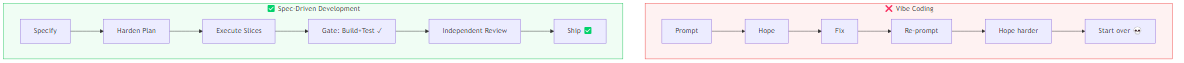
Earlier version of the Mermaid export docs/blog/assets/linkedin/01-vibe-vs-spec.png (srnichols/plan-forge). Its source is kept beside it as docs/blog/assets/linkedin/01-vibe-vs-spec.mmd.
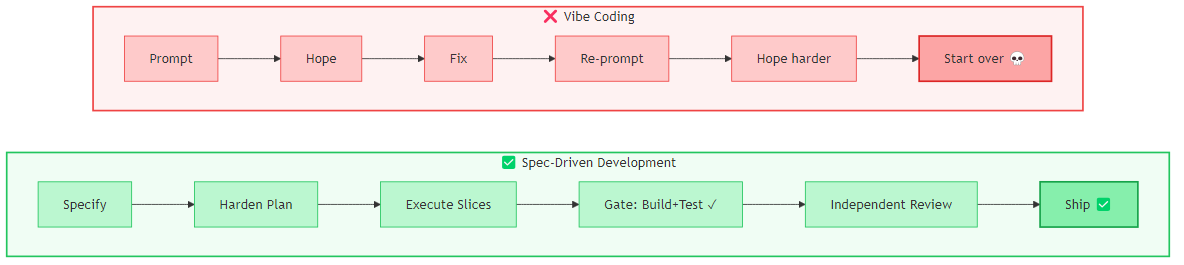
After the change.

Commit message:
fix(docs): improve vibe-vs-spec diagram readability with stacked layout

The edit, as a diff of the source:
```diff
@@ -1,5 +1,6 @@
 graph TD
     subgraph VIBE["❌ Vibe Coding"]
+        direction LR
         V1["Prompt"] --> V2["Hope"]
         V2 --> V3["Fix"]
         V3 --> V4["Re-prompt"]
@@ -8,6 +9,7 @@
     end
 
     subgraph SPEC["✅ Spec-Driven Development"]
+        direction LR
         S1["Specify"] --> S2["Harden Plan"]
         S2 --> S3["Execute Slices"]
         S3 --> S4["Gate: Build+Test ✓"]
@@ -15,5 +17,19 @@
         S5 --> S6["Ship ✅"]
     end
 
-    style VIBE fill:#fef2f2,stroke:#ef4444
-    style SPEC fill:#f0fdf4,stroke:#22c55e
+    VIBE ~~~ SPEC
+
+    style VIBE fill:#fef2f2,stroke:#ef4444,stroke-width:2px
+    style SPEC fill:#f0fdf4,stroke:#22c55e,stroke-width:2px
+    style V1 fill:#fecaca,stroke:#ef4444
+    style V2 fill:#fecaca,stroke:#ef4444
+    style V3 fill:#fecaca,stroke:#ef4444
+    style V4 fill:#fecaca,stroke:#ef4444
+    style V5 fill:#fecaca,stroke:#ef4444
+    style V6 fill:#fca5a5,stroke:#dc2626,stroke-width:2px
+    style S1 fill:#bbf7d0,stroke:#22c55e
+    style S2 fill:#bbf7d0,stroke:#22c55e
+    style S3 fill:#bbf7d0,stroke:#22c55e
+    style S4 fill:#bbf7d0,stroke:#22c55e
+    style S5 fill:#bbf7d0,stroke:#22c55e
+    style S6 fill:#86efac,stroke:#16a34a,stroke-width:2px
```
